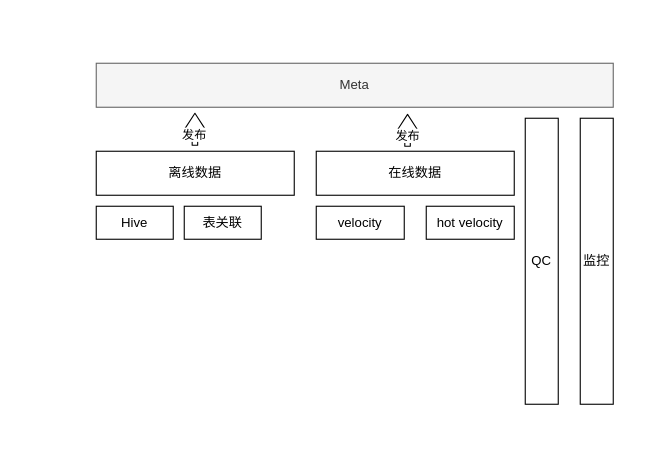
The draw.io diagram data_engine_infra.drawio in learn2Pro/draw_io_save, before the edit. Source tidied: cells renumbered, new cells numbered last; positions are measured from the earlier drawing's top-left corner, leaving out a move shared by most shapes. Both pictures are drawn from the tidied source at 110%, with x=0, y=0 at pixel (96, 63).
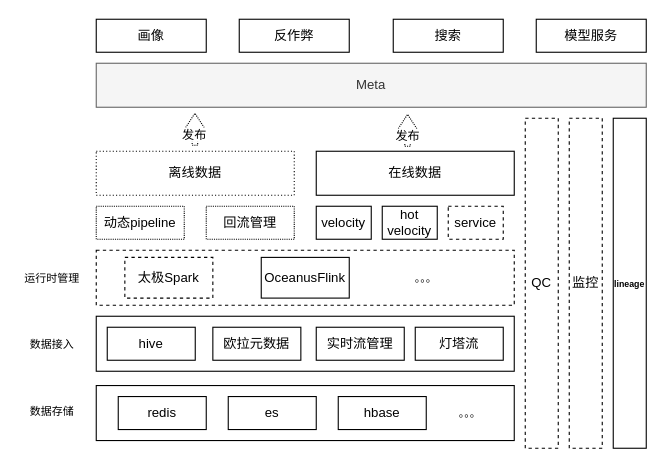
The same diagram, later.

What changed in the source:
```diff
@@
     <mxCell id="2" value="Meta" style="rounded=0;whiteSpace=wrap;html=1;fillColor=#f5f5f5;strokeColor=#666666;fontColor=#333333;" parent="1" vertex="1">
-      <mxGeometry width="470" height="40" as="geometry" />
+      <mxGeometry width="500" height="40" as="geometry" />
     </mxCell>
@@
-    <mxCell id="4" value="离线数据" style="rounded=0;whiteSpace=wrap;html=1;" parent="1" vertex="1">
+    <mxCell id="4" value="离线数据" style="rounded=0;whiteSpace=wrap;html=1;dashed=1;dashPattern=1 2;" parent="1" vertex="1">
       <mxGeometry y="80" width="180" height="40" as="geometry" />
     </mxCell>
-    <mxCell id="5" value="QC" style="rounded=0;whiteSpace=wrap;html=1;" parent="1" vertex="1">
-      <mxGeometry x="390" y="50" width="30" height="260" as="geometry" />
+    <mxCell id="5" value="QC" style="rounded=0;whiteSpace=wrap;html=1;dashed=1;" parent="1" vertex="1">
+      <mxGeometry x="390" y="50" width="30" height="300" as="geometry" />
     </mxCell>
-    <mxCell id="6" value="监控" style="rounded=0;whiteSpace=wrap;html=1;" parent="1" vertex="1">
-      <mxGeometry x="440" y="50" width="30" height="260" as="geometry" />
+    <mxCell id="6" value="监控" style="rounded=0;whiteSpace=wrap;html=1;dashed=1;" parent="1" vertex="1">
+      <mxGeometry x="430" y="50" width="30" height="300" as="geometry" />
     </mxCell>
-    <mxCell id="7" style="shape=flexArrow;endArrow=classic;html=1;endWidth=12.413793103448276;endSize=4.379310344827586;width=5;" parent="1" edge="1">
+    <mxCell id="7" style="shape=flexArrow;endArrow=classic;html=1;endWidth=12.413793103448276;endSize=4.379310344827586;width=5;dashed=1;dashPattern=1 1;" parent="1" edge="1">
       <mxGeometry relative="1" as="geometry">
         <mxPoint x="283" y="76" as="sourcePoint" />
         <mxPoint x="283" y="46" as="targetPoint" />
       </mxGeometry>
     </mxCell>
@@
-    <mxCell id="9" style="shape=flexArrow;endArrow=classic;html=1;endWidth=12.413793103448276;endSize=4.379310344827586;width=5;" parent="1" edge="1">
+    <mxCell id="9" style="shape=flexArrow;endArrow=classic;html=1;endWidth=12.413793103448276;endSize=4.379310344827586;width=5;dashed=1;dashPattern=1 1;" parent="1" edge="1">
       <mxGeometry relative="1" as="geometry">
         <mxPoint x="89.7" y="75" as="sourcePoint" />
         <mxPoint x="89.7" y="45" as="targetPoint" />
       </mxGeometry>
     </mxCell>
@@
     <mxCell id="11" value="hot velocity" style="rounded=0;whiteSpace=wrap;html=1;" parent="1" vertex="1">
-      <mxGeometry x="300" y="130" width="80" height="30" as="geometry" />
+      <mxGeometry x="260" y="130" width="50" height="30" as="geometry" />
     </mxCell>
     <mxCell id="12" value="velocity" style="rounded=0;whiteSpace=wrap;html=1;" parent="1" vertex="1">
-      <mxGeometry x="200" y="130" width="80" height="30" as="geometry" />
+      <mxGeometry x="200" y="130" width="50" height="30" as="geometry" />
     </mxCell>
-    <mxCell id="13" value="Hive" style="rounded=0;whiteSpace=wrap;html=1;" parent="1" vertex="1">
-      <mxGeometry y="130" width="70" height="30" as="geometry" />
+    <mxCell id="13" value="动态pipeline" style="rounded=0;whiteSpace=wrap;html=1;dashed=1;dashPattern=1 1;" parent="1" vertex="1">
+      <mxGeometry y="130" width="80" height="30" as="geometry" />
     </mxCell>
-    <mxCell id="14" value="表关联" style="rounded=0;whiteSpace=wrap;html=1;" parent="1" vertex="1">
-      <mxGeometry x="80" y="130" width="70" height="30" as="geometry" />
+    <mxCell id="14" value="回流管理" style="rounded=0;whiteSpace=wrap;html=1;dashed=1;dashPattern=1 1;" parent="1" vertex="1">
+      <mxGeometry x="100" y="130" width="80" height="30" as="geometry" />
     </mxCell>
+    <mxCell id="15" value="&lt;font style=&quot;font-size: 8px&quot;&gt;&lt;b&gt;lineage&lt;/b&gt;&lt;/font&gt;" style="rounded=0;whiteSpace=wrap;html=1;" parent="1" vertex="1">
+      <mxGeometry x="470" y="50" width="30" height="300" as="geometry" />
+    </mxCell>
+    <mxCell id="16" style="rounded=0;whiteSpace=wrap;html=1;" parent="1" vertex="1">
+      <mxGeometry y="230" width="380" height="50" as="geometry" />
+    </mxCell>
+    <mxCell id="17" value="hive" style="rounded=0;whiteSpace=wrap;html=1;" parent="1" vertex="1">
+      <mxGeometry x="10" y="240" width="80" height="30" as="geometry" />
+    </mxCell>
+    <mxCell id="18" value="欧拉元数据" style="rounded=0;whiteSpace=wrap;html=1;" parent="1" vertex="1">
+      <mxGeometry x="106" y="240" width="80" height="30" as="geometry" />
+    </mxCell>
+    <mxCell id="19" value="实时流管理" style="rounded=0;whiteSpace=wrap;html=1;" parent="1" vertex="1">
+      <mxGeometry x="200" y="240" width="80" height="30" as="geometry" />
+    </mxCell>
+    <mxCell id="20" value="灯塔流" style="rounded=0;whiteSpace=wrap;html=1;" parent="1" vertex="1">
+      <mxGeometry x="290" y="240" width="80" height="30" as="geometry" />
+    </mxCell>
+    <mxCell id="21" value="&lt;font style=&quot;font-size: 10px&quot;&gt;数据接入&lt;/font&gt;" style="text;html=1;strokeColor=none;fillColor=none;align=center;verticalAlign=middle;whiteSpace=wrap;rounded=0;dashed=1;" parent="1" vertex="1">
+      <mxGeometry x="-70" y="242.5" width="60" height="25" as="geometry" />
+    </mxCell>
+    <mxCell id="22" value="&lt;font style=&quot;font-size: 10px&quot;&gt;数据存储&lt;/font&gt;" style="text;html=1;strokeColor=none;fillColor=none;align=center;verticalAlign=middle;whiteSpace=wrap;rounded=0;dashed=1;" parent="1" vertex="1">
+      <mxGeometry x="-70" y="303" width="60" height="25" as="geometry" />
+    </mxCell>
+    <mxCell id="23" style="rounded=0;whiteSpace=wrap;html=1;" parent="1" vertex="1">
+      <mxGeometry y="293" width="380" height="50" as="geometry" />
+    </mxCell>
+    <mxCell id="24" value="redis" style="rounded=0;whiteSpace=wrap;html=1;" parent="1" vertex="1">
+      <mxGeometry x="20" y="303" width="80" height="30" as="geometry" />
+    </mxCell>
+    <mxCell id="25" value="es" style="rounded=0;whiteSpace=wrap;html=1;" parent="1" vertex="1">
+      <mxGeometry x="120" y="303" width="80" height="30" as="geometry" />
+    </mxCell>
+    <mxCell id="26" value="hbase" style="rounded=0;whiteSpace=wrap;html=1;" parent="1" vertex="1">
+      <mxGeometry x="220" y="303" width="80" height="30" as="geometry" />
+    </mxCell>
+    <mxCell id="27" value="&lt;font style=&quot;font-size: 10px&quot;&gt;。。。&lt;/font&gt;" style="text;html=1;strokeColor=none;fillColor=none;align=center;verticalAlign=middle;whiteSpace=wrap;rounded=0;dashed=1;" parent="1" vertex="1">
+      <mxGeometry x="310" y="305.5" width="60" height="25" as="geometry" />
+    </mxCell>
+    <mxCell id="28" style="rounded=0;whiteSpace=wrap;html=1;dashed=1;" parent="1" vertex="1">
+      <mxGeometry y="170" width="380" height="50" as="geometry" />
+    </mxCell>
+    <mxCell id="29" value="&lt;font style=&quot;font-size: 10px&quot;&gt;运行时管理&lt;/font&gt;" style="text;html=1;strokeColor=none;fillColor=none;align=center;verticalAlign=middle;whiteSpace=wrap;rounded=0;dashed=1;" parent="1" vertex="1">
+      <mxGeometry x="-70" y="182.5" width="60" height="25" as="geometry" />
+    </mxCell>
+    <mxCell id="30" value="太极Spark" style="rounded=0;whiteSpace=wrap;html=1;dashed=1;" parent="1" vertex="1">
+      <mxGeometry x="26" y="176.5" width="80" height="37" as="geometry" />
+    </mxCell>
+    <mxCell id="31" value="OceanusFlink" style="rounded=0;whiteSpace=wrap;html=1;" parent="1" vertex="1">
+      <mxGeometry x="150" y="176.5" width="80" height="37" as="geometry" />
+    </mxCell>
+    <mxCell id="32" value="&lt;font style=&quot;font-size: 10px&quot;&gt;。。。&lt;/font&gt;" style="text;html=1;strokeColor=none;fillColor=none;align=center;verticalAlign=middle;whiteSpace=wrap;rounded=0;dashed=1;" parent="1" vertex="1">
+      <mxGeometry x="270" y="182.5" width="60" height="25" as="geometry" />
+    </mxCell>
+    <mxCell id="33" value="service" style="rounded=0;whiteSpace=wrap;html=1;dashed=1;" parent="1" vertex="1">
+      <mxGeometry x="320" y="130" width="50" height="30" as="geometry" />
+    </mxCell>
+    <mxCell id="34" value="画像" style="rounded=0;whiteSpace=wrap;html=1;" parent="1" vertex="1">
+      <mxGeometry y="-40" width="100" height="30" as="geometry" />
+    </mxCell>
+    <mxCell id="35" value="反作弊" style="rounded=0;whiteSpace=wrap;html=1;" parent="1" vertex="1">
+      <mxGeometry x="130" y="-40" width="100" height="30" as="geometry" />
+    </mxCell>
+    <mxCell id="36" value="搜索" style="rounded=0;whiteSpace=wrap;html=1;" parent="1" vertex="1">
+      <mxGeometry x="270" y="-40" width="100" height="30" as="geometry" />
+    </mxCell>
+    <mxCell id="37" value="模型服务" style="rounded=0;whiteSpace=wrap;html=1;" parent="1" vertex="1">
+      <mxGeometry x="400" y="-40" width="100" height="30" as="geometry" />
+    </mxCell>
```
